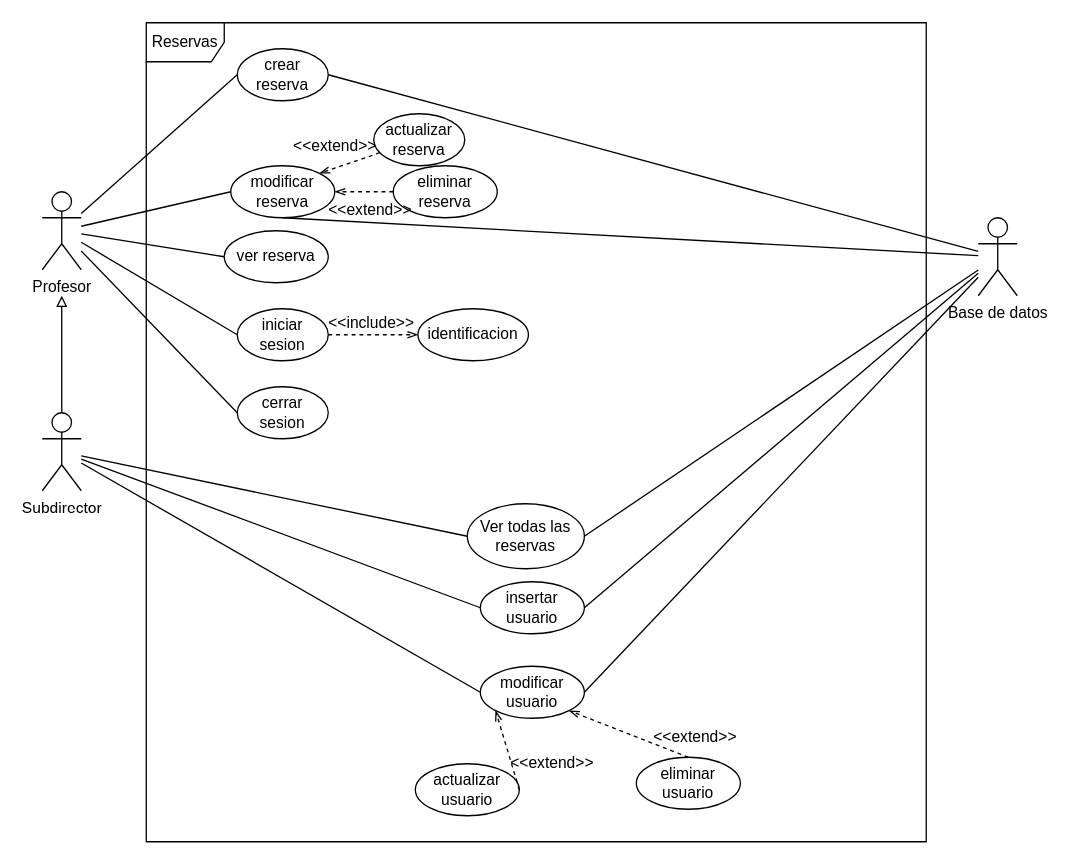
The draw.io diagram Diagramas/DiagramaCasosDeUso.drawio in juanjesusrv/Proyecto-php, before the edit. Source tidied: cells renumbered, new cells numbered last; positions are measured from the earlier drawing's top-left corner, leaving out a move shared by most shapes. Both pictures are drawn from the tidied source at 130%, with x=0, y=0 at pixel (42, 22).
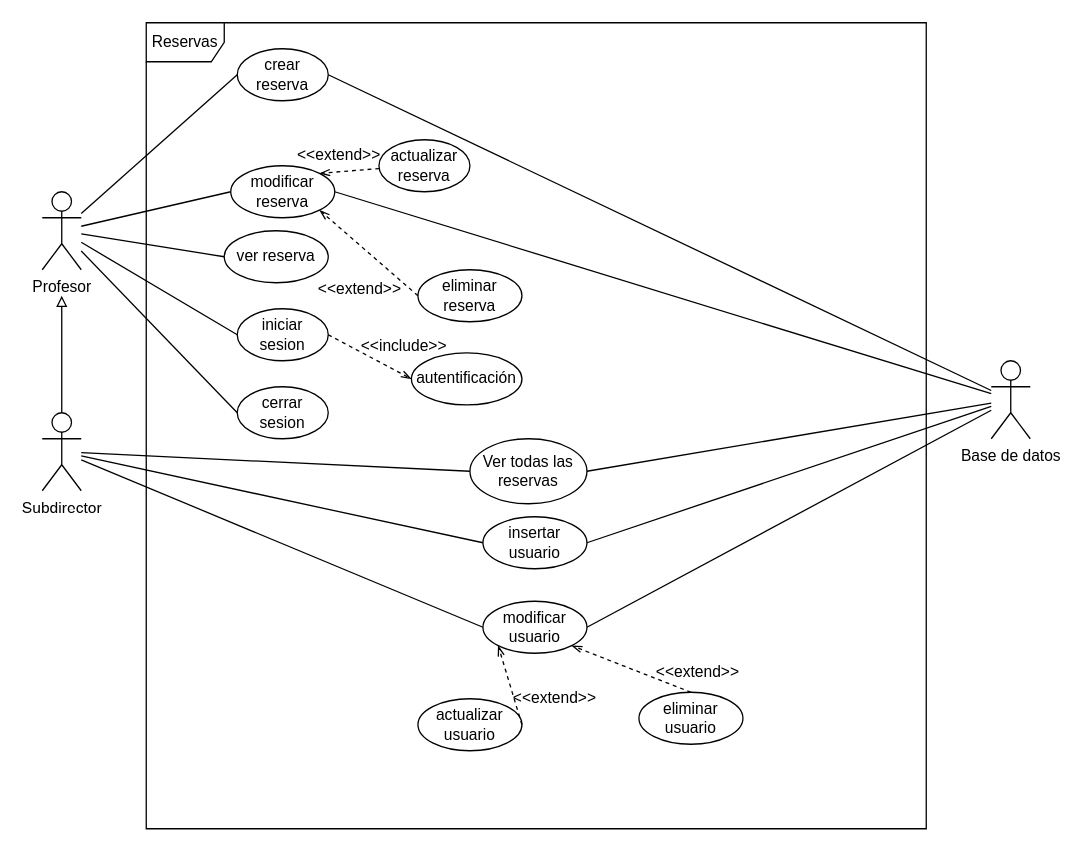
The same diagram, later.

Commit message:
Casos de uso terminado

Unchanged cells that the change refers to:
```xml
<mxCell id="21" value="modificar reserva" style="ellipse;whiteSpace=wrap;html=1;" parent="1" vertex="1">
  <mxGeometry x="145" y="110" width="80" height="40" as="geometry" />
</mxCell>
```

What changed in the source:
```diff
@@
-    <mxCell id="6" style="edgeStyle=none;shape=connector;rounded=0;jettySize=auto;html=1;entryX=0.5;entryY=1;entryDx=0;entryDy=0;strokeColor=default;align=center;verticalAlign=middle;fontFamily=Helvetica;fontSize=11;fontColor=default;labelBackgroundColor=default;startFill=0;endArrow=none;" parent="1" edge="1" source="7" target="21">
+    <mxCell id="6" style="edgeStyle=none;shape=connector;rounded=0;jettySize=auto;html=1;entryX=1;entryY=0.5;entryDx=0;entryDy=0;strokeColor=default;align=center;verticalAlign=middle;fontFamily=Helvetica;fontSize=11;fontColor=default;labelBackgroundColor=default;startFill=0;endArrow=none;" parent="1" edge="1" source="7" target="21">
       <mxGeometry relative="1" as="geometry" />
     </mxCell>
     <mxCell id="7" value="Base de datos" style="shape=umlActor;verticalLabelPosition=bottom;verticalAlign=top;html=1;" parent="1" vertex="1">
-      <mxGeometry x="720" y="150" width="30" height="60" as="geometry" />
+      <mxGeometry x="730" y="260" width="30" height="60" as="geometry" />
     </mxCell>
@@
     <mxCell id="14" value="Reservas" style="shape=umlFrame;whiteSpace=wrap;html=1;" parent="1" vertex="1">
-      <mxGeometry x="80" width="600" height="630" as="geometry" />
+      <mxGeometry x="80" width="600" height="620" as="geometry" />
     </mxCell>
@@
     <mxCell id="20" value="Ver todas las reservas" style="ellipse;whiteSpace=wrap;html=1;" parent="1" vertex="1">
-      <mxGeometry x="327" y="370" width="90" height="50" as="geometry" />
+      <mxGeometry x="329" y="320" width="90" height="50" as="geometry" />
     </mxCell>
@@
     <mxCell id="24" value="actualizar reserva" style="ellipse;whiteSpace=wrap;html=1;" parent="1" vertex="1">
-      <mxGeometry x="255" y="70" width="70" height="40" as="geometry" />
+      <mxGeometry x="259" y="90" width="70" height="40" as="geometry" />
     </mxCell>
     <mxCell id="25" value="eliminar reserva" style="ellipse;whiteSpace=wrap;html=1;" parent="1" vertex="1">
-      <mxGeometry x="270" y="110" width="80" height="40" as="geometry" />
+      <mxGeometry x="289" y="190" width="80" height="40" as="geometry" />
     </mxCell>
@@
     <mxCell id="27" value="insertar usuario" style="ellipse;whiteSpace=wrap;html=1;" parent="1" vertex="1">
-      <mxGeometry x="337" y="430" width="80" height="40" as="geometry" />
+      <mxGeometry x="339" y="380" width="80" height="40" as="geometry" />
     </mxCell>
     <mxCell id="28" value="eliminar usuario" style="ellipse;whiteSpace=wrap;html=1;" parent="1" vertex="1">
-      <mxGeometry x="457" y="565" width="80" height="40" as="geometry" />
+      <mxGeometry x="459" y="515" width="80" height="40" as="geometry" />
     </mxCell>
     <mxCell id="29" value="actualizar usuario" style="ellipse;whiteSpace=wrap;html=1;" parent="1" vertex="1">
-      <mxGeometry x="287" y="570" width="80" height="40" as="geometry" />
+      <mxGeometry x="289" y="520" width="80" height="40" as="geometry" />
     </mxCell>
     <mxCell id="30" value="modificar usuario" style="ellipse;whiteSpace=wrap;html=1;" parent="1" vertex="1">
-      <mxGeometry x="337" y="495" width="80" height="40" as="geometry" />
+      <mxGeometry x="339" y="445" width="80" height="40" as="geometry" />
     </mxCell>
-    <mxCell id="31" style="rounded=0;jettySize=auto;html=1;entryX=1;entryY=0.5;entryDx=0;entryDy=0;dashed=1;endArrow=openThin;endFill=0;exitX=0;exitY=0.5;exitDx=0;exitDy=0;" parent="1" edge="1" source="25" target="21">
+    <mxCell id="31" style="rounded=0;jettySize=auto;html=1;entryX=1;entryY=1;entryDx=0;entryDy=0;dashed=1;endArrow=openThin;endFill=0;exitX=0;exitY=0.5;exitDx=0;exitDy=0;" parent="1" edge="1" source="25" target="21">
       <mxGeometry relative="1" as="geometry" />
     </mxCell>
@@
     <mxCell id="34" value="&amp;lt;&amp;lt;extend&amp;gt;&amp;gt;" style="text;html=1;align=center;verticalAlign=middle;strokeColor=none;fillColor=none;" parent="1" vertex="1">
-      <mxGeometry x="180" y="80" width="90" height="30" as="geometry" />
+      <mxGeometry x="183" y="87" width="90" height="30" as="geometry" />
     </mxCell>
     <mxCell id="35" value="&amp;lt;&amp;lt;extend&amp;gt;&amp;gt;" style="text;html=1;align=center;verticalAlign=middle;strokeColor=none;fillColor=none;" parent="1" vertex="1">
-      <mxGeometry x="207" y="129" width="90" height="30" as="geometry" />
+      <mxGeometry x="199" y="190" width="90" height="30" as="geometry" />
     </mxCell>
     <mxCell id="36" value="&amp;lt;&amp;lt;extend&amp;gt;&amp;gt;" style="text;html=1;align=center;verticalAlign=middle;strokeColor=none;fillColor=none;" parent="1" vertex="1">
-      <mxGeometry x="347" y="555" width="90" height="30" as="geometry" />
+      <mxGeometry x="349" y="505" width="90" height="30" as="geometry" />
     </mxCell>
     <mxCell id="37" value="&amp;lt;&amp;lt;extend&amp;gt;&amp;gt;" style="text;html=1;align=center;verticalAlign=middle;strokeColor=none;fillColor=none;" parent="1" vertex="1">
-      <mxGeometry x="457" y="535" width="90" height="30" as="geometry" />
+      <mxGeometry x="459" y="485" width="90" height="30" as="geometry" />
     </mxCell>
@@
-    <mxCell id="40" value="identificacion" style="ellipse;whiteSpace=wrap;html=1;" parent="1" vertex="1">
-      <mxGeometry x="289" y="220" width="85" height="40" as="geometry" />
+    <mxCell id="40" value="autentificación" style="ellipse;whiteSpace=wrap;html=1;" parent="1" vertex="1">
+      <mxGeometry x="284" y="254" width="85" height="40" as="geometry" />
     </mxCell>
@@
     <mxCell id="42" value="&amp;lt;&amp;lt;include&amp;gt;&amp;gt;" style="text;html=1;align=center;verticalAlign=middle;strokeColor=none;fillColor=none;" parent="1" vertex="1">
-      <mxGeometry x="208" y="216" width="90" height="30" as="geometry" />
+      <mxGeometry x="233" y="234" width="90" height="30" as="geometry" />
     </mxCell>
```
